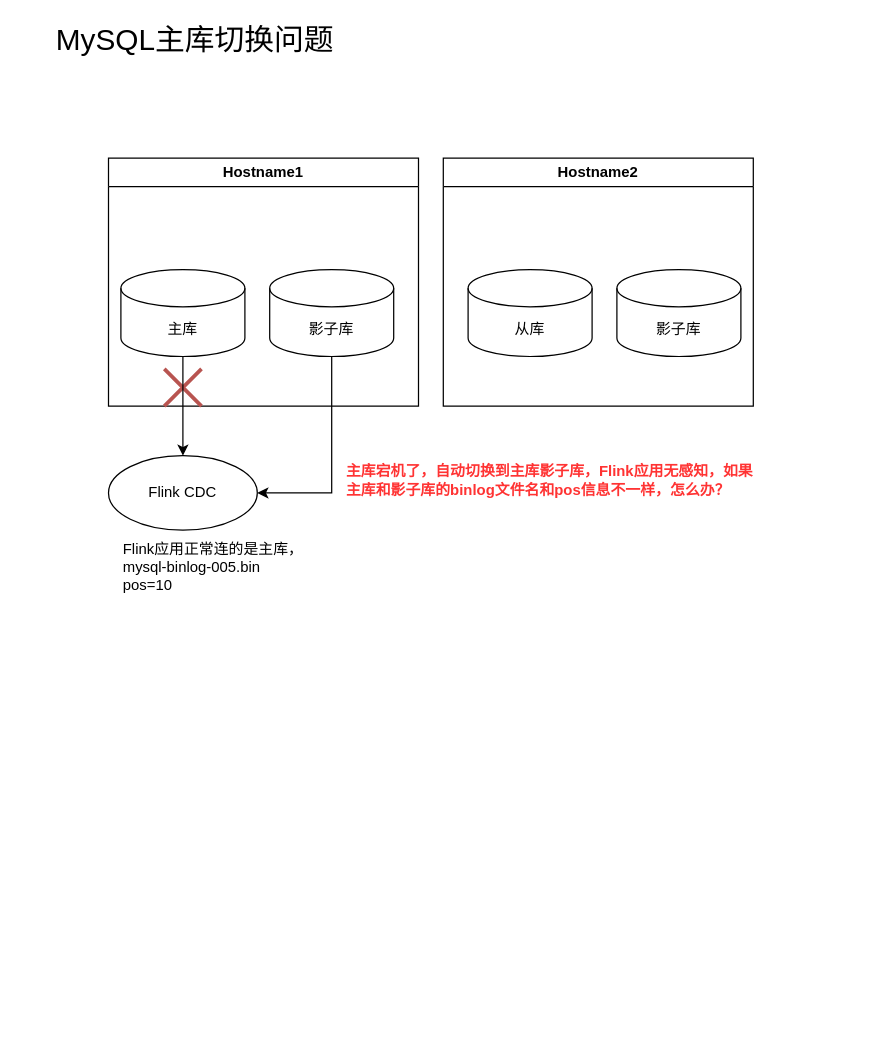
This is RDS主节点切换.drawio from JonStarkdu/drawio, a draw.io file, before an edit. Source tidied: cells renumbered, new cells numbered last; positions are measured from the earlier drawing's top-left corner, leaving out a move shared by most shapes. Both pictures are drawn from the tidied source at 124%, with x=0, y=0 at pixel (46, 21).
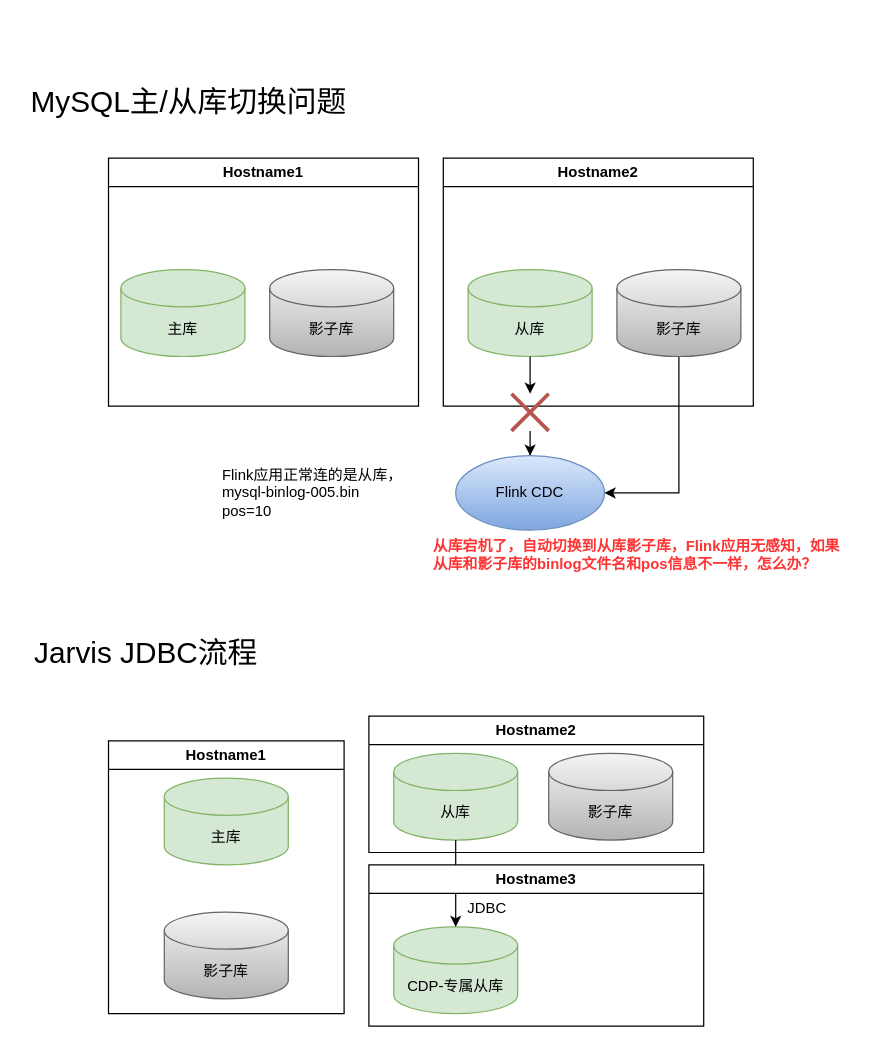
The same diagram, later.

Commit message:
更新Jarvis JDBC流程

The change refers to these unchanged cells:
```xml
<mxCell id="9" value="Hostname1" style="swimlane;whiteSpace=wrap;html=1;" parent="1" vertex="1">
  <mxGeometry x="50" y="110" width="250" height="200" as="geometry" />
</mxCell>
```

What changed in the source:
```diff
@@
-    <mxCell id="2" value="&lt;font style=&quot;font-size: 24px;&quot;&gt;MySQL主库切换问题&lt;/font&gt;" style="text;html=1;strokeColor=none;fillColor=none;align=center;verticalAlign=middle;whiteSpace=wrap;rounded=0;" parent="1" vertex="1">
-      <mxGeometry width="240" height="30" as="geometry" />
+    <mxCell id="2" value="&lt;font style=&quot;font-size: 24px;&quot;&gt;MySQL主/从库切换问题&lt;/font&gt;" style="text;html=1;strokeColor=none;fillColor=none;align=center;verticalAlign=middle;whiteSpace=wrap;rounded=0;" parent="1" vertex="1">
+      <mxGeometry x="-20" y="50" width="270" height="30" as="geometry" />
     </mxCell>
-    <mxCell id="3" style="edgeStyle=orthogonalEdgeStyle;rounded=0;jettySize=auto;html=1;exitX=0.5;exitY=1;exitDx=0;exitDy=0;exitPerimeter=0;" parent="1" edge="1" source="13">
-      <mxGeometry relative="1" as="geometry">
-        <mxPoint x="110" y="390" as="targetPoint" />
-      </mxGeometry>
-    </mxCell>
-    <mxCell id="4" value="主库" style="shape=cylinder3;whiteSpace=wrap;html=1;boundedLbl=1;backgroundOutline=1;size=15;" parent="1" vertex="1">
+    <mxCell id="4" value="主库" style="shape=cylinder3;whiteSpace=wrap;html=1;boundedLbl=1;backgroundOutline=1;size=15;fillColor=#d5e8d4;strokeColor=#82b366;" parent="1" vertex="1">
       <mxGeometry x="60" y="200" width="100" height="70" as="geometry" />
     </mxCell>
-    <mxCell id="5" style="edgeStyle=orthogonalEdgeStyle;rounded=0;jettySize=auto;html=1;exitX=0.5;exitY=1;exitDx=0;exitDy=0;exitPerimeter=0;entryX=1;entryY=0.5;entryDx=0;entryDy=0;" parent="1" edge="1" source="6" target="13">
-      <mxGeometry relative="1" as="geometry" />
-    </mxCell>
-    <mxCell id="6" value="影子库" style="shape=cylinder3;whiteSpace=wrap;html=1;boundedLbl=1;backgroundOutline=1;size=15;" parent="1" vertex="1">
+    <mxCell id="6" value="影子库" style="shape=cylinder3;whiteSpace=wrap;html=1;boundedLbl=1;backgroundOutline=1;size=15;fillColor=#f5f5f5;gradientColor=#b3b3b3;strokeColor=#666666;" parent="1" vertex="1">
       <mxGeometry x="180" y="200" width="100" height="70" as="geometry" />
     </mxCell>
+    <mxCell id="16" style="edgeStyle=orthogonalEdgeStyle;rounded=0;jettySize=auto;html=1;exitX=0.5;exitY=1;exitDx=0;exitDy=0;exitPerimeter=0;" parent="1" edge="1" source="10" target="13">
+      <mxGeometry relative="1" as="geometry" />
+    </mxCell>
-    <mxCell id="7" value="从库" style="shape=cylinder3;whiteSpace=wrap;html=1;boundedLbl=1;backgroundOutline=1;size=15;" parent="1" vertex="1">
+    <mxCell id="7" value="从库" style="shape=cylinder3;whiteSpace=wrap;html=1;boundedLbl=1;backgroundOutline=1;size=15;fillColor=#d5e8d4;strokeColor=#82b366;" parent="1" vertex="1">
       <mxGeometry x="340" y="200" width="100" height="70" as="geometry" />
     </mxCell>
+    <mxCell id="17" style="edgeStyle=orthogonalEdgeStyle;rounded=0;jettySize=auto;html=1;exitX=0.5;exitY=1;exitDx=0;exitDy=0;exitPerimeter=0;entryX=1;entryY=0.5;entryDx=0;entryDy=0;" parent="1" edge="1" source="8" target="13">
+      <mxGeometry relative="1" as="geometry" />
+    </mxCell>
-    <mxCell id="8" value="影子库" style="shape=cylinder3;whiteSpace=wrap;html=1;boundedLbl=1;backgroundOutline=1;size=15;" parent="1" vertex="1">
+    <mxCell id="8" value="影子库" style="shape=cylinder3;whiteSpace=wrap;html=1;boundedLbl=1;backgroundOutline=1;size=15;fillColor=#f5f5f5;gradientColor=#b3b3b3;strokeColor=#666666;" parent="1" vertex="1">
       <mxGeometry x="460" y="200" width="100" height="70" as="geometry" />
     </mxCell>
@@
-    <mxCell id="10" style="shape=umlDestroy;whiteSpace=wrap;html=1;strokeWidth=3;targetShapes=umlLifeline;fillColor=#f8cecc;strokeColor=#b85450;gradientColor=#ea6b66;" parent="9" vertex="1">
-      <mxGeometry x="45" y="170" width="30" height="30" as="geometry" />
-    </mxCell>
@@
-    <mxCell id="12" style="edgeStyle=orthogonalEdgeStyle;rounded=0;jettySize=auto;html=1;exitX=0.5;exitY=1;exitDx=0;exitDy=0;exitPerimeter=0;" parent="1" edge="1" source="4" target="13">
-      <mxGeometry relative="1" as="geometry" />
-    </mxCell>
-    <mxCell id="13" value="Flink CDC" style="ellipse;whiteSpace=wrap;html=1;" parent="1" vertex="1">
-      <mxGeometry x="50" y="350" width="120" height="60" as="geometry" />
+    <mxCell id="13" value="Flink CDC" style="ellipse;whiteSpace=wrap;html=1;fillColor=#dae8fc;gradientColor=#7ea6e0;strokeColor=#6c8ebf;" parent="1" vertex="1">
+      <mxGeometry x="330" y="350" width="120" height="60" as="geometry" />
     </mxCell>
-    <mxCell id="14" value="Flink应用正常连的是主库，&lt;br&gt;mysql-binlog-005.bin &lt;br&gt;pos=10" style="text;html=1;align=left;verticalAlign=middle;strokeColor=none;fillColor=none;" parent="1" vertex="1">
-      <mxGeometry x="60" y="410" width="170" height="60" as="geometry" />
+    <mxCell id="14" value="Flink应用正常连的是从库，&lt;br&gt;mysql-binlog-005.bin &lt;br&gt;pos=10" style="text;html=1;align=left;verticalAlign=middle;strokeColor=none;fillColor=none;" parent="1" vertex="1">
+      <mxGeometry x="140" y="350" width="170" height="60" as="geometry" />
     </mxCell>
-    <mxCell id="15" value="&lt;b&gt;&lt;font color=&quot;#ff3333&quot;&gt;主库宕机了，自动切换到主库影子库，Flink应用无感知，如果&lt;br&gt;主库和影子库的binlog文件名和pos信息不一样，怎么办？&lt;/font&gt;&lt;/b&gt;" style="text;html=1;align=left;verticalAlign=middle;strokeColor=none;fillColor=none;" parent="1" vertex="1">
-      <mxGeometry x="240" y="350" width="350" height="40" as="geometry" />
+    <mxCell id="15" value="&lt;b&gt;&lt;font color=&quot;#ff3333&quot;&gt;从库宕机了，自动切换到从库影子库，Flink应用无感知，如果&lt;br&gt;从库和影子库的binlog文件名和pos信息不一样，怎么办？&lt;/font&gt;&lt;/b&gt;" style="text;html=1;align=left;verticalAlign=middle;strokeColor=none;fillColor=none;" parent="1" vertex="1">
+      <mxGeometry x="310" y="410" width="350" height="40" as="geometry" />
     </mxCell>
+    <mxCell id="18" style="edgeStyle=orthogonalEdgeStyle;rounded=0;jettySize=auto;html=1;exitX=0.5;exitY=1;exitDx=0;exitDy=0;exitPerimeter=0;" parent="1" edge="1" source="7" target="10">
+      <mxGeometry relative="1" as="geometry" />
+    </mxCell>
+    <mxCell id="10" style="shape=umlDestroy;whiteSpace=wrap;html=1;strokeWidth=3;targetShapes=umlLifeline;fillColor=#f8cecc;strokeColor=#b85450;gradientColor=#ea6b66;" parent="1" vertex="1">
+      <mxGeometry x="375" y="300" width="30" height="30" as="geometry" />
+    </mxCell>
+    <mxCell id="19" value="&lt;font style=&quot;font-size: 24px;&quot;&gt;Jarvis JDBC流程&lt;/font&gt;" style="text;html=1;align=center;verticalAlign=middle;strokeColor=none;fillColor=none;" parent="1" vertex="1">
+      <mxGeometry x="-20" y="490" width="200" height="40" as="geometry" />
+    </mxCell>
+    <mxCell id="20" value="从库" style="shape=cylinder3;whiteSpace=wrap;html=1;boundedLbl=1;backgroundOutline=1;size=15;fillColor=#d5e8d4;strokeColor=#82b366;" parent="1" vertex="1">
+      <mxGeometry x="280" y="590" width="100" height="70" as="geometry" />
+    </mxCell>
+    <mxCell id="21" value="影子库" style="shape=cylinder3;whiteSpace=wrap;html=1;boundedLbl=1;backgroundOutline=1;size=15;fillColor=#f5f5f5;strokeColor=#666666;gradientColor=#b3b3b3;" parent="1" vertex="1">
+      <mxGeometry x="405" y="590" width="100" height="70" as="geometry" />
+    </mxCell>
+    <mxCell id="22" value="CDP-专属从库" style="shape=cylinder3;whiteSpace=wrap;html=1;boundedLbl=1;backgroundOutline=1;size=15;fillColor=#d5e8d4;strokeColor=#82b366;" parent="1" vertex="1">
+      <mxGeometry x="280" y="730" width="100" height="70" as="geometry" />
+    </mxCell>
+    <mxCell id="23" style="edgeStyle=orthogonalEdgeStyle;rounded=0;jettySize=auto;html=1;exitX=0.5;exitY=1;exitDx=0;exitDy=0;exitPerimeter=0;entryX=0.5;entryY=0;entryDx=0;entryDy=0;entryPerimeter=0;" parent="1" edge="1" source="20" target="22">
+      <mxGeometry relative="1" as="geometry" />
+    </mxCell>
+    <mxCell id="24" value="JDBC" style="text;html=1;align=center;verticalAlign=middle;strokeColor=none;fillColor=none;" parent="1" vertex="1">
+      <mxGeometry x="330" y="700" width="50" height="30" as="geometry" />
+    </mxCell>
+    <mxCell id="25" value="Hostname1" style="swimlane;whiteSpace=wrap;html=1;" parent="1" vertex="1">
+      <mxGeometry x="50" y="580" width="190" height="220" as="geometry" />
+    </mxCell>
+    <mxCell id="26" value="主库" style="shape=cylinder3;whiteSpace=wrap;html=1;boundedLbl=1;backgroundOutline=1;size=15;fillColor=#d5e8d4;strokeColor=#82b366;" parent="25" vertex="1">
+      <mxGeometry x="45" y="30" width="100" height="70" as="geometry" />
+    </mxCell>
+    <mxCell id="27" value="影子库" style="shape=cylinder3;whiteSpace=wrap;html=1;boundedLbl=1;backgroundOutline=1;size=15;fillColor=#f5f5f5;strokeColor=#666666;gradientColor=#b3b3b3;" parent="25" vertex="1">
+      <mxGeometry x="45" y="138" width="100" height="70" as="geometry" />
+    </mxCell>
+    <mxCell id="28" value="Hostname2" style="swimlane;whiteSpace=wrap;html=1;" parent="1" vertex="1">
+      <mxGeometry x="260" y="560" width="270" height="110" as="geometry" />
+    </mxCell>
+    <mxCell id="29" value="Hostname3" style="swimlane;whiteSpace=wrap;html=1;" parent="1" vertex="1">
+      <mxGeometry x="260" y="680" width="270" height="130" as="geometry" />
+    </mxCell>
```
